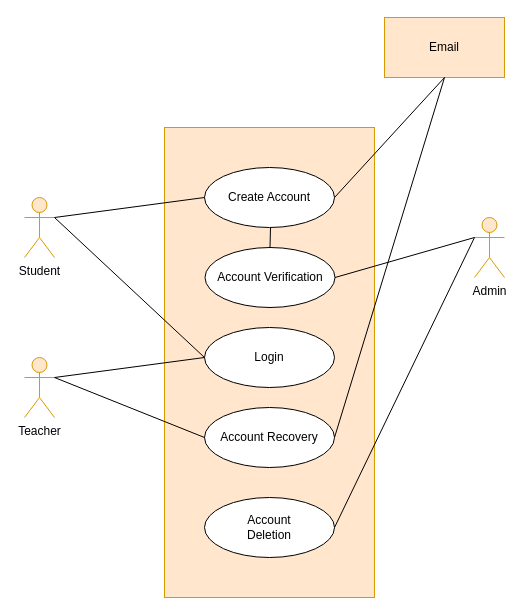
Above: page "UC level 1.1 Authentication" (3 of 19) of Diagrams.drawio in shirrsho/E-shcool (draw.io), before the change. Source tidied: cells renumbered, new cells numbered last; positions are measured from the earlier drawing's top-left corner, leaving out a move shared by most shapes. Both pictures are drawn from the tidied source at 100%, with x=0, y=0 at pixel (24, 17).
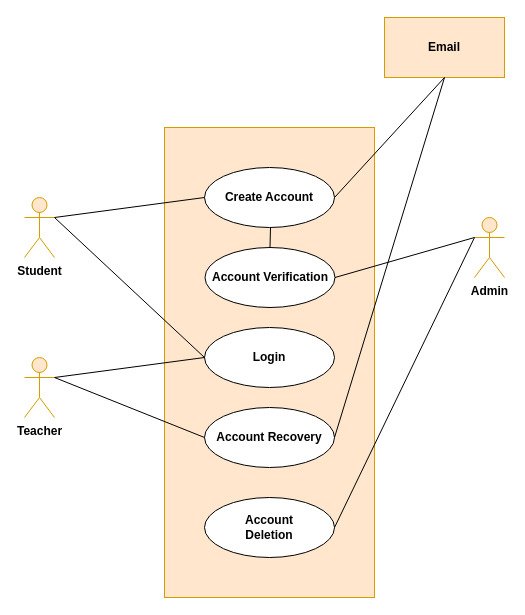
Above is the later version.

Change to the diagram source:
```diff
@@
-    <mxCell id="2" style="rounded=0;whiteSpace=wrap;html=1;fillColor=#ffe6cc;strokeColor=#d79b00;" parent="1" vertex="1">
+    <mxCell id="2" style="rounded=0;whiteSpace=wrap;html=1;fillColor=#ffe6cc;strokeColor=#d79b00;fontStyle=1;" parent="1" vertex="1">
       <mxGeometry x="140" y="110" width="210" height="470" as="geometry" />
     </mxCell>
-    <mxCell id="3" value="Create Account" style="ellipse;whiteSpace=wrap;html=1;" parent="1" vertex="1">
+    <mxCell id="3" value="Create Account" style="ellipse;whiteSpace=wrap;html=1;fontStyle=1;" parent="1" vertex="1">
       <mxGeometry x="180" y="150" width="130" height="60" as="geometry" />
     </mxCell>
-    <mxCell id="4" value="Account Verification" style="ellipse;whiteSpace=wrap;html=1;" parent="1" vertex="1">
+    <mxCell id="4" value="Account Verification" style="ellipse;whiteSpace=wrap;html=1;fontStyle=1;" parent="1" vertex="1">
       <mxGeometry x="180.5" y="230" width="130" height="60" as="geometry" />
     </mxCell>
-    <mxCell id="5" value="Login" style="ellipse;whiteSpace=wrap;html=1;" parent="1" vertex="1">
+    <mxCell id="5" value="Login" style="ellipse;whiteSpace=wrap;html=1;fontStyle=1;" parent="1" vertex="1">
       <mxGeometry x="180" y="310" width="130" height="60" as="geometry" />
     </mxCell>
-    <mxCell id="6" value="Account Recovery" style="ellipse;whiteSpace=wrap;html=1;" parent="1" vertex="1">
+    <mxCell id="6" value="Account Recovery" style="ellipse;whiteSpace=wrap;html=1;fontStyle=1;" parent="1" vertex="1">
       <mxGeometry x="180" y="390" width="130" height="60" as="geometry" />
     </mxCell>
-    <mxCell id="7" value="Student" style="shape=umlActor;verticalLabelPosition=bottom;verticalAlign=top;html=1;outlineConnect=0;fillColor=#ffe6cc;strokeColor=#d79b00;" parent="1" vertex="1">
+    <mxCell id="7" value="Student" style="shape=umlActor;verticalLabelPosition=bottom;verticalAlign=top;html=1;outlineConnect=0;fillColor=#ffe6cc;strokeColor=#d79b00;fontStyle=1;" parent="1" vertex="1">
       <mxGeometry y="180" width="30" height="60" as="geometry" />
     </mxCell>
-    <mxCell id="8" value="Teacher" style="shape=umlActor;verticalLabelPosition=bottom;verticalAlign=top;html=1;outlineConnect=0;fillColor=#ffe6cc;strokeColor=#d79b00;" parent="1" vertex="1">
+    <mxCell id="8" value="Teacher" style="shape=umlActor;verticalLabelPosition=bottom;verticalAlign=top;html=1;outlineConnect=0;fillColor=#ffe6cc;strokeColor=#d79b00;fontStyle=1;" parent="1" vertex="1">
       <mxGeometry y="340" width="30" height="60" as="geometry" />
     </mxCell>
-    <mxCell id="9" value="Admin" style="shape=umlActor;verticalLabelPosition=bottom;verticalAlign=top;html=1;outlineConnect=0;fillColor=#ffe6cc;strokeColor=#d79b00;" parent="1" vertex="1">
+    <mxCell id="9" value="Admin" style="shape=umlActor;verticalLabelPosition=bottom;verticalAlign=top;html=1;outlineConnect=0;fillColor=#ffe6cc;strokeColor=#d79b00;fontStyle=1;" parent="1" vertex="1">
       <mxGeometry x="450" y="200" width="30" height="60" as="geometry" />
     </mxCell>
-    <mxCell id="10" value="Email" style="rounded=0;whiteSpace=wrap;html=1;fillColor=#ffe6cc;strokeColor=#d79b00;" parent="1" vertex="1">
+    <mxCell id="10" value="Email" style="rounded=0;whiteSpace=wrap;html=1;fillColor=#ffe6cc;strokeColor=#d79b00;fontStyle=1;" parent="1" vertex="1">
       <mxGeometry x="360" width="120" height="60" as="geometry" />
     </mxCell>
-    <mxCell id="11" style="endArrow=none;html=1;rounded=0;exitX=1;exitY=0.3333333333333333;exitDx=0;exitDy=0;exitPerimeter=0;entryX=0;entryY=0.5;entryDx=0;entryDy=0;" parent="1" edge="1" source="7" target="3">
+    <mxCell id="11" style="endArrow=none;html=1;rounded=0;exitX=1;exitY=0.3333333333333333;exitDx=0;exitDy=0;exitPerimeter=0;entryX=0;entryY=0.5;entryDx=0;entryDy=0;fontStyle=1;" parent="1" edge="1" source="7" target="3">
       <mxGeometry relative="1" as="geometry" />
     </mxCell>
-    <mxCell id="12" style="endArrow=none;html=1;rounded=0;entryX=0;entryY=0.3333333333333333;entryDx=0;entryDy=0;entryPerimeter=0;exitX=1;exitY=0.5;exitDx=0;exitDy=0;" parent="1" edge="1" source="4" target="9">
+    <mxCell id="12" style="endArrow=none;html=1;rounded=0;entryX=0;entryY=0.3333333333333333;entryDx=0;entryDy=0;entryPerimeter=0;exitX=1;exitY=0.5;exitDx=0;exitDy=0;fontStyle=1;" parent="1" edge="1" source="4" target="9">
       <mxGeometry relative="1" as="geometry" />
     </mxCell>
-    <mxCell id="13" style="endArrow=none;html=1;rounded=0;exitX=1;exitY=0.3333333333333333;exitDx=0;exitDy=0;exitPerimeter=0;entryX=0;entryY=0.5;entryDx=0;entryDy=0;" parent="1" edge="1" source="7" target="5">
+    <mxCell id="13" style="endArrow=none;html=1;rounded=0;exitX=1;exitY=0.3333333333333333;exitDx=0;exitDy=0;exitPerimeter=0;entryX=0;entryY=0.5;entryDx=0;entryDy=0;fontStyle=1;" parent="1" edge="1" source="7" target="5">
       <mxGeometry relative="1" as="geometry" />
     </mxCell>
-    <mxCell id="14" style="endArrow=none;html=1;rounded=0;exitX=1;exitY=0.3333333333333333;exitDx=0;exitDy=0;exitPerimeter=0;entryX=0;entryY=0.5;entryDx=0;entryDy=0;" parent="1" edge="1" source="8" target="5">
+    <mxCell id="14" style="endArrow=none;html=1;rounded=0;exitX=1;exitY=0.3333333333333333;exitDx=0;exitDy=0;exitPerimeter=0;entryX=0;entryY=0.5;entryDx=0;entryDy=0;fontStyle=1;" parent="1" edge="1" source="8" target="5">
       <mxGeometry relative="1" as="geometry" />
     </mxCell>
-    <mxCell id="15" style="endArrow=none;html=1;rounded=0;exitX=1;exitY=0.3333333333333333;exitDx=0;exitDy=0;exitPerimeter=0;entryX=0;entryY=0.5;entryDx=0;entryDy=0;" parent="1" edge="1" source="8" target="6">
+    <mxCell id="15" style="endArrow=none;html=1;rounded=0;exitX=1;exitY=0.3333333333333333;exitDx=0;exitDy=0;exitPerimeter=0;entryX=0;entryY=0.5;entryDx=0;entryDy=0;fontStyle=1;" parent="1" edge="1" source="8" target="6">
       <mxGeometry relative="1" as="geometry" />
     </mxCell>
-    <mxCell id="16" style="endArrow=none;html=1;rounded=0;entryX=0.5;entryY=1;entryDx=0;entryDy=0;exitX=1;exitY=0.5;exitDx=0;exitDy=0;" parent="1" edge="1" source="3" target="10">
+    <mxCell id="16" style="endArrow=none;html=1;rounded=0;entryX=0.5;entryY=1;entryDx=0;entryDy=0;exitX=1;exitY=0.5;exitDx=0;exitDy=0;fontStyle=1;" parent="1" edge="1" source="3" target="10">
       <mxGeometry relative="1" as="geometry" />
     </mxCell>
-    <mxCell id="17" style="endArrow=none;html=1;rounded=0;exitX=1;exitY=0.5;exitDx=0;exitDy=0;entryX=0.5;entryY=1;entryDx=0;entryDy=0;" parent="1" edge="1" source="6" target="10">
+    <mxCell id="17" style="endArrow=none;html=1;rounded=0;exitX=1;exitY=0.5;exitDx=0;exitDy=0;entryX=0.5;entryY=1;entryDx=0;entryDy=0;fontStyle=1;" parent="1" edge="1" source="6" target="10">
       <mxGeometry relative="1" as="geometry" />
     </mxCell>
-    <mxCell id="18" style="endArrow=none;html=1;rounded=0;exitX=0.5;exitY=0;exitDx=0;exitDy=0;" parent="1" edge="1" source="4">
+    <mxCell id="18" style="endArrow=none;html=1;rounded=0;exitX=0.5;exitY=0;exitDx=0;exitDy=0;fontStyle=1;" parent="1" edge="1" source="4">
       <mxGeometry relative="1" as="geometry">
         <mxPoint x="246" y="210" as="targetPoint" />
       </mxGeometry>
     </mxCell>
-    <mxCell id="19" value="Account &lt;br&gt;Deletion" style="ellipse;whiteSpace=wrap;html=1;" parent="1" vertex="1">
+    <mxCell id="19" value="Account &lt;br&gt;Deletion" style="ellipse;whiteSpace=wrap;html=1;fontStyle=1;" parent="1" vertex="1">
       <mxGeometry x="180" y="480" width="130" height="60" as="geometry" />
     </mxCell>
-    <mxCell id="20" style="endArrow=none;html=1;rounded=0;fontSize=20;entryX=0;entryY=0.3333333333333333;entryDx=0;entryDy=0;entryPerimeter=0;exitX=1;exitY=0.5;exitDx=0;exitDy=0;" parent="1" edge="1" source="19" target="9">
+    <mxCell id="20" style="endArrow=none;html=1;rounded=0;fontSize=20;entryX=0;entryY=0.3333333333333333;entryDx=0;entryDy=0;entryPerimeter=0;exitX=1;exitY=0.5;exitDx=0;exitDy=0;fontStyle=1;" parent="1" edge="1" source="19" target="9">
       <mxGeometry relative="1" as="geometry" />
     </mxCell>
```
